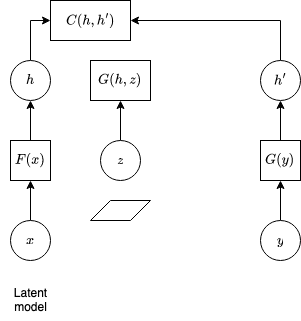
This is machine_learning/diagrams/latent_models.drawio.png from analytiq-hub/sigagent.github.io, a draw.io export, as it was before one commit. Source tidied: cells renumbered, new cells last; positions are measured from the earlier drawing's top-left corner, leaving out a move shared by most shapes.
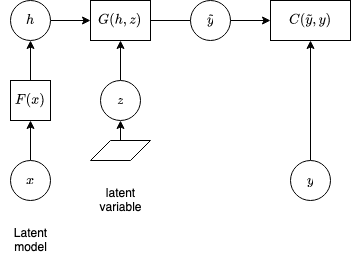
Above is the later version.

Change to the diagram source:
```diff
@@ -8,20 +8,17 @@
     <mxCell id="3" value="$$x$$" style="ellipse;whiteSpace=wrap;html=1;" parent="1" vertex="1">
       <mxGeometry x="10" y="220" width="40" height="40" as="geometry" />
     </mxCell>
-    <mxCell id="4" style="edgeStyle=orthogonalEdgeStyle;rounded=0;jettySize=auto;html=1;exitX=0.5;exitY=0;exitDx=0;exitDy=0;entryX=0.5;entryY=1;entryDx=0;entryDy=0;" parent="1" edge="1" source="5" target="15">
-      <mxGeometry relative="1" as="geometry" />
-    </mxCell>
-    <mxCell id="5" value="$$G(y)$$" style="rounded=0;whiteSpace=wrap;html=1;" parent="1" vertex="1">
-      <mxGeometry x="260" y="140" width="40" height="40" as="geometry" />
-    </mxCell>
-    <mxCell id="6" style="edgeStyle=orthogonalEdgeStyle;rounded=0;orthogonalLoop=1;jettySize=auto;html=1;exitX=0.5;exitY=1;exitDx=0;exitDy=0;" parent="1" edge="1" source="5" target="5">
-      <mxGeometry relative="1" as="geometry" />
+    <mxCell id="6" style="edgeStyle=orthogonalEdgeStyle;rounded=0;orthogonalLoop=1;jettySize=auto;html=1;exitX=0.5;exitY=1;exitDx=0;exitDy=0;" parent="1" edge="1">
+      <mxGeometry relative="1" as="geometry">
+        <mxPoint x="280" y="180" as="sourcePoint" />
+        <mxPoint x="280" y="180" as="targetPoint" />
+      </mxGeometry>
     </mxCell>
-    <mxCell id="7" style="edgeStyle=orthogonalEdgeStyle;rounded=0;jettySize=auto;html=1;exitX=0.5;exitY=0;exitDx=0;exitDy=0;entryX=0.5;entryY=1;entryDx=0;entryDy=0;" parent="1" edge="1" source="8" target="5">
+    <mxCell id="7" style="edgeStyle=orthogonalEdgeStyle;rounded=0;jettySize=auto;html=1;exitX=0.5;exitY=0;exitDx=0;exitDy=0;entryX=0.5;entryY=1;entryDx=0;entryDy=0;" parent="1" edge="1" source="8" target="16">
       <mxGeometry relative="1" as="geometry" />
     </mxCell>
     <mxCell id="8" value="&lt;div&gt;$$y$$&lt;/div&gt;" style="ellipse;whiteSpace=wrap;html=1;" parent="1" vertex="1">
-      <mxGeometry x="260" y="220" width="40" height="40" as="geometry" />
+      <mxGeometry x="290" y="220" width="40" height="40" as="geometry" />
     </mxCell>
     <mxCell id="9" value="&lt;div&gt;Latent&lt;/div&gt;&lt;div&gt;model&lt;br&gt;&lt;/div&gt;" style="text;html=1;align=center;verticalAlign=middle;strokeColor=none;fillColor=none;" parent="1" vertex="1">
       <mxGeometry y="280" width="60" height="40" as="geometry" />
@@ -32,20 +29,20 @@
     <mxCell id="11" value="$$F(x)$$" style="rounded=0;whiteSpace=wrap;html=1;" parent="1" vertex="1">
       <mxGeometry x="10" y="140" width="40" height="40" as="geometry" />
     </mxCell>
-    <mxCell id="12" style="edgeStyle=orthogonalEdgeStyle;rounded=0;jettySize=auto;html=1;exitX=0.5;exitY=0;exitDx=0;exitDy=0;entryX=0;entryY=0.5;entryDx=0;entryDy=0;" parent="1" edge="1" source="13" target="16">
+    <mxCell id="12" style="edgeStyle=orthogonalEdgeStyle;rounded=0;jettySize=auto;html=1;exitX=1;exitY=0.5;exitDx=0;exitDy=0;entryX=0;entryY=0.5;entryDx=0;entryDy=0;" parent="1" edge="1" source="19" target="16">
       <mxGeometry relative="1" as="geometry" />
     </mxCell>
+    <mxCell id="21" style="edgeStyle=orthogonalEdgeStyle;rounded=0;jettySize=auto;html=1;exitX=1;exitY=0.5;exitDx=0;exitDy=0;" parent="1" edge="1" source="13" target="19">
+      <mxGeometry relative="1" as="geometry" />
+    </mxCell>
     <mxCell id="13" value="$$h$$" style="ellipse;whiteSpace=wrap;html=1;" parent="1" vertex="1">
       <mxGeometry x="10" y="60" width="40" height="40" as="geometry" />
     </mxCell>
-    <mxCell id="14" style="edgeStyle=orthogonalEdgeStyle;rounded=0;jettySize=auto;html=1;exitX=0.5;exitY=0;exitDx=0;exitDy=0;entryX=1;entryY=0.5;entryDx=0;entryDy=0;" parent="1" edge="1" source="15" target="16">
-      <mxGeometry relative="1" as="geometry" />
-    </mxCell>
-    <mxCell id="15" value="$$h'$$" style="ellipse;whiteSpace=wrap;html=1;" parent="1" vertex="1">
-      <mxGeometry x="260" y="60" width="40" height="40" as="geometry" />
+    <mxCell id="15" value="$$\tilde{y}$$" style="ellipse;whiteSpace=wrap;html=1;" parent="1" vertex="1">
+      <mxGeometry x="190" y="60" width="40" height="40" as="geometry" />
     </mxCell>
-    <mxCell id="16" value="$$C(h,h')$$" style="rounded=0;whiteSpace=wrap;html=1;" parent="1" vertex="1">
-      <mxGeometry x="50" width="80" height="40" as="geometry" />
+    <mxCell id="16" value="$$C(\tilde{y},y)$$" style="rounded=0;whiteSpace=wrap;html=1;" parent="1" vertex="1">
+      <mxGeometry x="270" y="60" width="80" height="40" as="geometry" />
     </mxCell>
     <mxCell id="17" style="edgeStyle=orthogonalEdgeStyle;rounded=0;jettySize=auto;html=1;entryX=0.5;entryY=1;entryDx=0;entryDy=0;" parent="1" edge="1" source="18" target="19">
       <mxGeometry relative="1" as="geometry" />
@@ -56,8 +53,14 @@
     <mxCell id="19" value="$$G(h,z)$$" style="rounded=0;whiteSpace=wrap;html=1;" parent="1" vertex="1">
       <mxGeometry x="90" y="60" width="60" height="40" as="geometry" />
     </mxCell>
+    <mxCell id="22" style="edgeStyle=orthogonalEdgeStyle;rounded=0;jettySize=auto;html=1;exitX=0.5;exitY=0;exitDx=0;exitDy=0;entryX=0.5;entryY=1;entryDx=0;entryDy=0;" parent="1" edge="1" source="20" target="18">
+      <mxGeometry relative="1" as="geometry" />
+    </mxCell>
     <mxCell id="20" style="shape=parallelogram;perimeter=parallelogramPerimeter;whiteSpace=wrap;html=1;fixedSize=1;" parent="1" vertex="1">
       <mxGeometry x="90" y="200" width="60" height="20" as="geometry" />
     </mxCell>
+    <mxCell id="23" value="&lt;div&gt;latent&lt;/div&gt;&lt;div&gt;variable&lt;br&gt;&lt;/div&gt;" style="text;html=1;align=center;verticalAlign=middle;strokeColor=none;fillColor=none;" parent="1" vertex="1">
+      <mxGeometry x="85" y="240" width="70" height="40" as="geometry" />
+    </mxCell>
   </root>
 </mxGraphModel>
```
